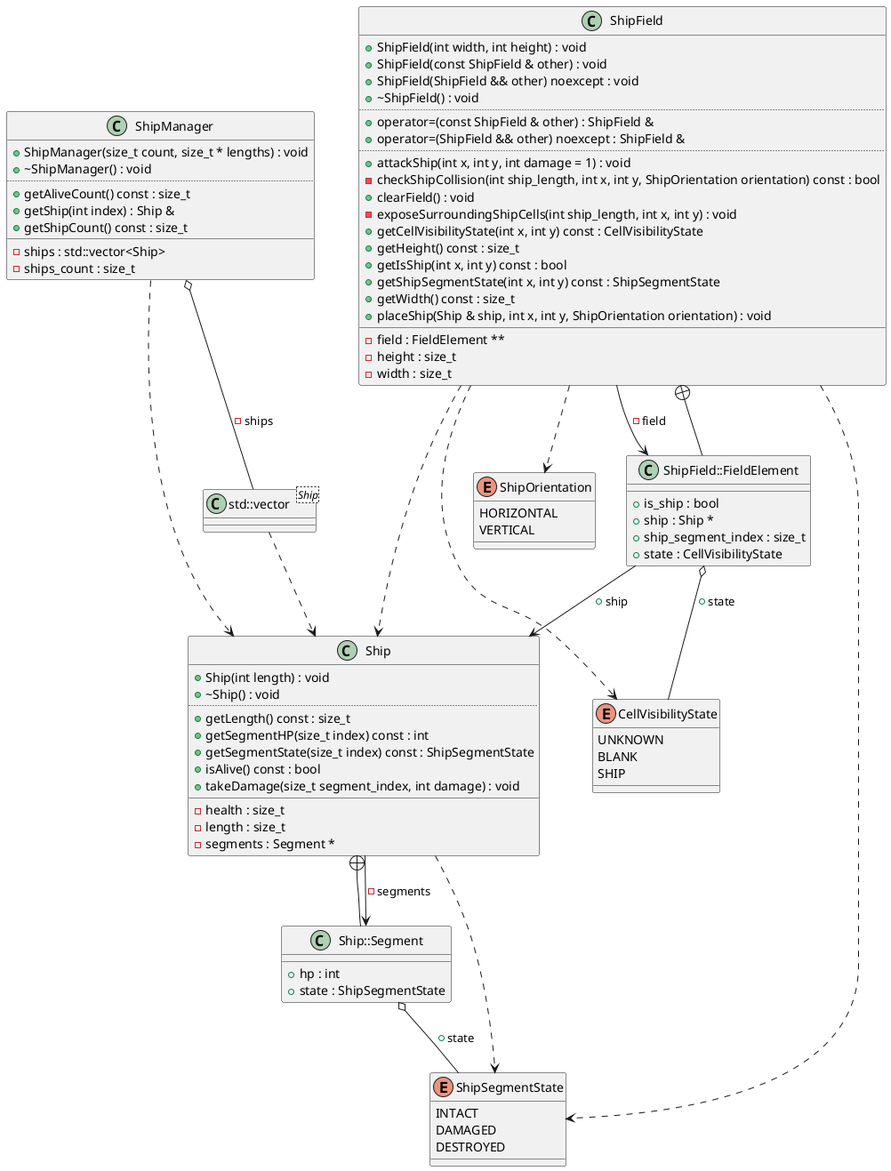
Earlier version of the PlantUML export diagrams/lb1.png (Rennelv/ships).
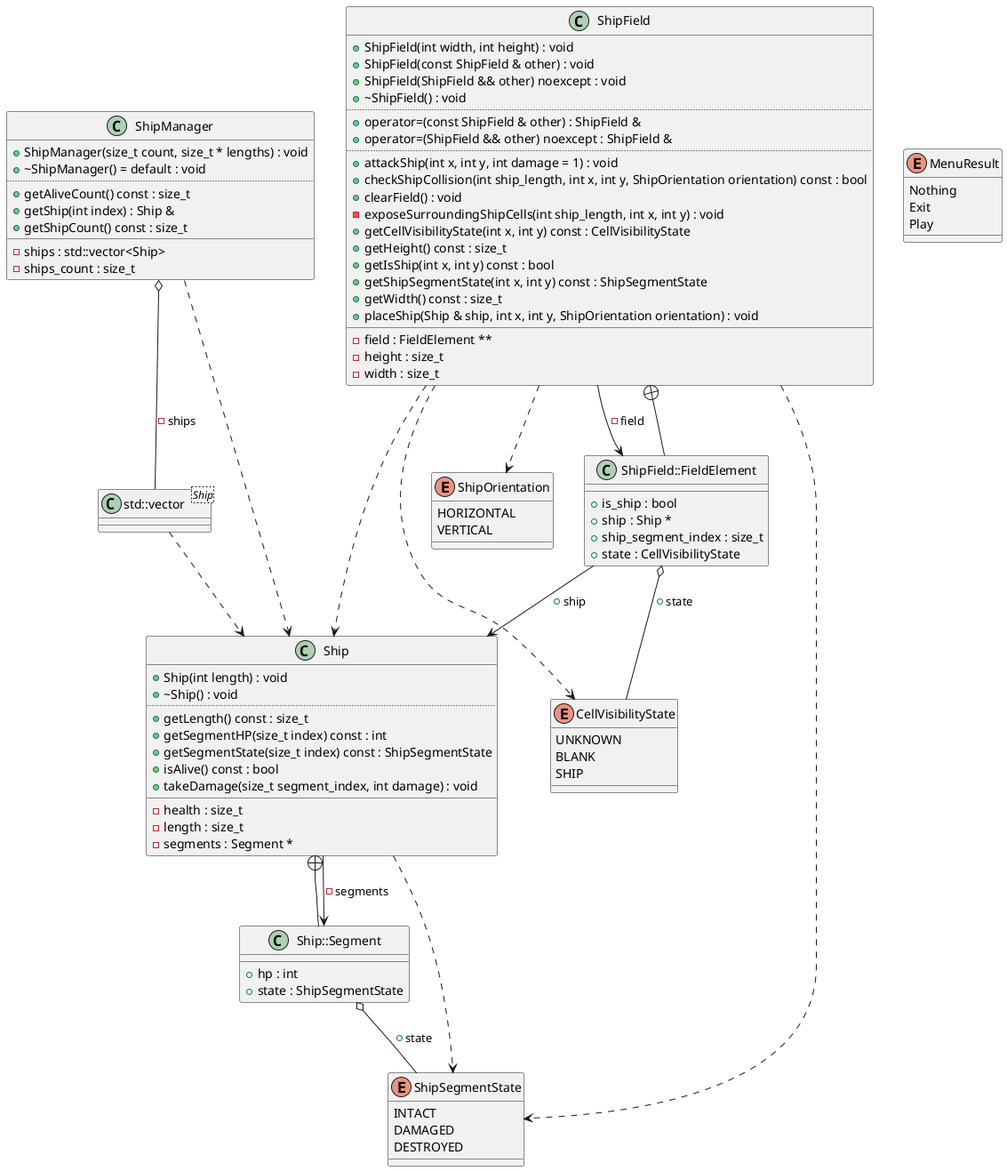
After the commit.

The edit, as a diff of the source:
```diff
@@ -20,6 +20,12 @@
 BLANK
 SHIP
 }
+enum "MenuResult" as C_0000336692914646176741
+enum C_0000336692914646176741 {
+Nothing
+Exit
+Play
+}
 class "Ship" as C_0014529657433315016423
 class C_0014529657433315016423 {
 +Ship(int length) : void
@@ -41,18 +47,6 @@
 +hp : int
 +state : ShipSegmentState
 }
-class "ShipManager" as C_0017499122254539489506
-class C_0017499122254539489506 {
-+ShipManager(size_t count, size_t * lengths) : void
-+~ShipManager() : void
-..
-+getAliveCount() const : size_t
-+getShip(int index) : Ship &
-+getShipCount() const : size_t
-__
--ships : std::vector<Ship>
--ships_count : size_t
-}
 class "ShipField" as C_0003843296779074973901
 class C_0003843296779074973901 {
 +ShipField(int width, int height) : void
@@ -64,7 +58,7 @@
 +operator=(ShipField && other) noexcept : ShipField &
 ..
 +attackShip(int x, int y, int damage = 1) : void
--checkShipCollision(int ship_length, int x, int y, ShipOrientation orientation) const : bool
++checkShipCollision(int ship_length, int x, int y, ShipOrientation orientation) const : bool
 +clearField() : void
 -exposeSurroundingShipCells(int ship_length, int x, int y) : void
 +getCellVisibilityState(int x, int y) const : CellVisibilityState
@@ -86,13 +80,23 @@
 +ship_segment_index : size_t
 +state : CellVisibilityState
 }
+class "ShipManager" as C_0017499122254539489506
+class C_0017499122254539489506 {
++ShipManager(size_t count, size_t * lengths) : void
++~ShipManager() = default : void
+..
++getAliveCount() const : size_t
++getShip(int index) : Ship &
++getShipCount() const : size_t
+__
+-ships : std::vector<Ship>
+-ships_count : size_t
+}
 C_0010668212532447068380 ..> C_0014529657433315016423
 C_0014529657433315016423 ..> C_0014256742677139282670
 C_0014529657433315016423 --> C_0000674658759292391449 : -segments
 C_0000674658759292391449 --+ C_0014529657433315016423
 C_0000674658759292391449 o-- C_0014256742677139282670 : +state
-C_0017499122254539489506 ..> C_0014529657433315016423
-C_0017499122254539489506 o-- C_0010668212532447068380 : -ships
 C_0003843296779074973901 ..> C_0002579181642537833876
 C_0003843296779074973901 ..> C_0003333043679234439357
 C_0003843296779074973901 ..> C_0014256742677139282670
@@ -101,5 +105,7 @@
 C_0000316359785794417378 --+ C_0003843296779074973901
 C_0000316359785794417378 o-- C_0003333043679234439357 : +state
 C_0000316359785794417378 --> C_0014529657433315016423 : +ship
+C_0017499122254539489506 ..> C_0014529657433315016423
+C_0017499122254539489506 o-- C_0010668212532447068380 : -ships
 
 @enduml
```
